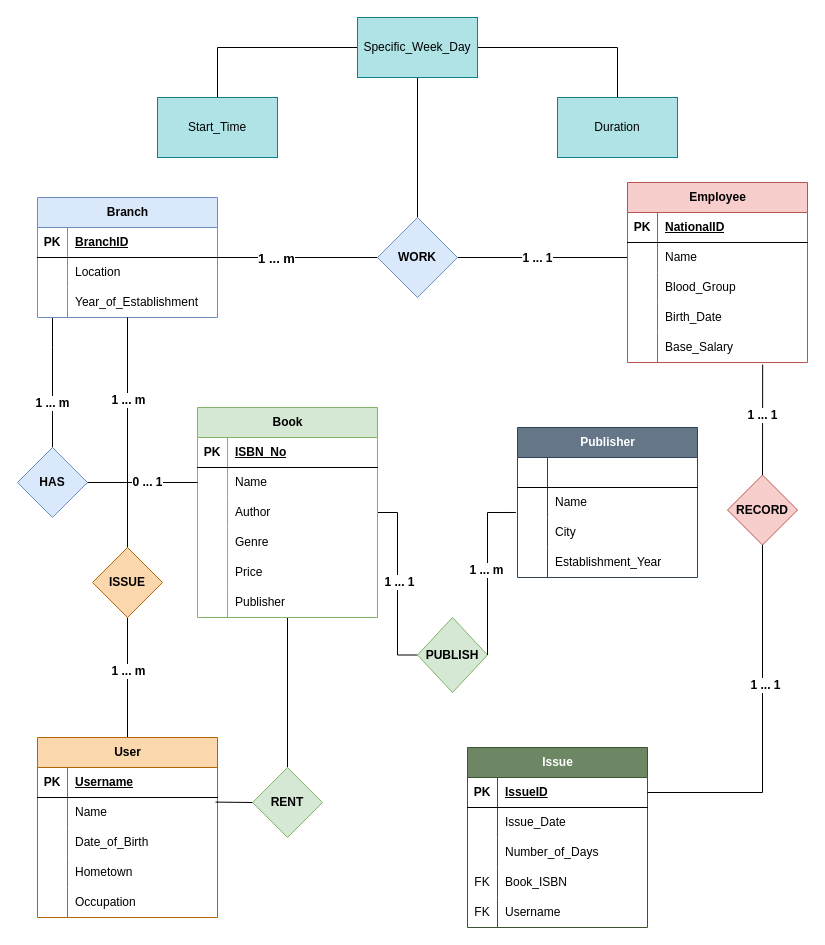
hasin023/DBMS1_CSE4307 keeps this draw.io diagram as Lab_07/210042174_DBMS_Lab07.drawio. Above is the earlier version. Source tidied: cells renumbered, new cells numbered last; positions are measured from the earlier drawing's top-left corner, leaving out a move shared by most shapes. Both pictures are drawn from the tidied source at 100%, with x=0, y=0 at pixel (17, 17).
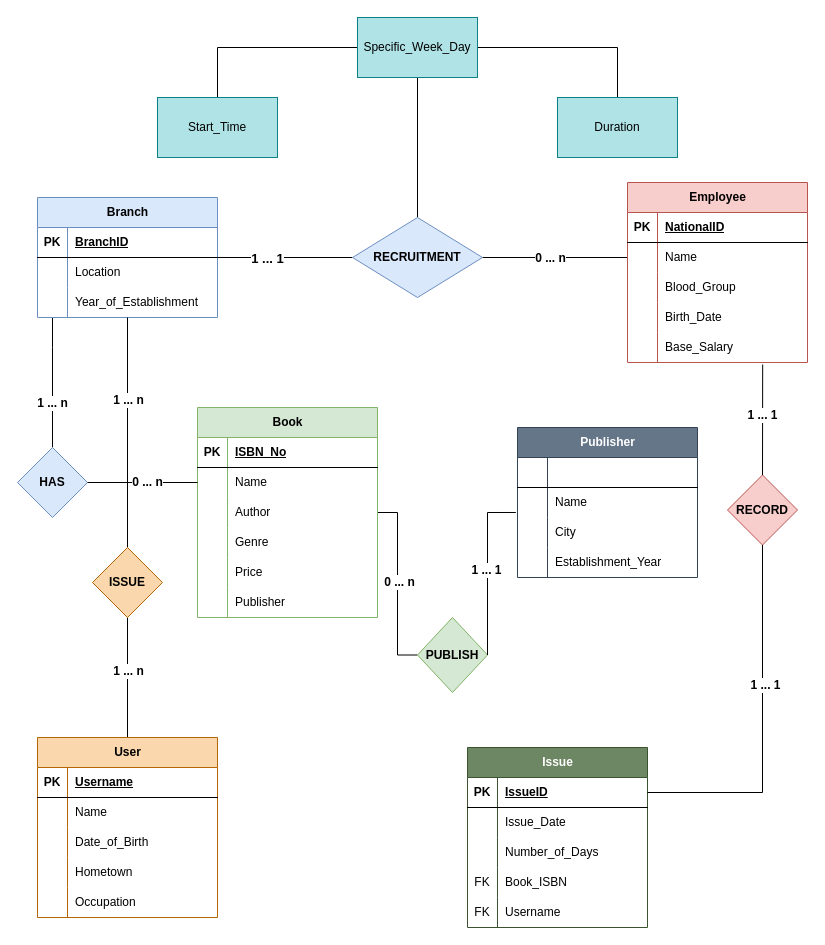
After the change.

The change refers to these unchanged cells:
```xml
<mxCell id="2" style="edgeStyle=orthogonalEdgeStyle;rounded=0;jettySize=auto;html=1;endArrow=none;endFill=0;" parent="1" edge="1" source="6" target="40">
  <mxGeometry relative="1" as="geometry" />
</mxCell>
<mxCell id="4" style="edgeStyle=orthogonalEdgeStyle;rounded=0;jettySize=auto;html=1;endArrow=none;endFill=0;" parent="1" edge="1" source="6" target="76">
  <mxGeometry relative="1" as="geometry">
    <Array as="points">
      <mxPoint x="35" y="330" />
      <mxPoint x="35" y="330" />
    </Array>
  </mxGeometry>
</mxCell>
<mxCell id="16" style="edgeStyle=orthogonalEdgeStyle;rounded=0;jettySize=auto;html=1;entryX=1;entryY=0.5;entryDx=0;entryDy=0;endArrow=none;endFill=0;exitX=0;exitY=0.5;exitDx=0;exitDy=0;" parent="1" edge="1" source="22" target="40">
  <mxGeometry relative="1" as="geometry" />
</mxCell>
<mxCell id="41" style="edgeStyle=orthogonalEdgeStyle;rounded=0;jettySize=auto;html=1;endArrow=none;endFill=0;" parent="1" edge="1" source="44" target="79">
  <mxGeometry relative="1" as="geometry" />
</mxCell>
<mxCell id="44" value="Book" style="shape=table;startSize=30;childLayout=tableLayout;rowLines=0;fontStyle=1;align=center;html=1;fillColor=#d5e8d4;strokeColor=#82b366;" parent="1" vertex="1">
  <mxGeometry x="180" y="390" width="180" height="210" as="geometry" />
</mxCell>
<mxCell id="77" style="endArrow=none;html=1;rounded=0;exitX=1;exitY=0.5;exitDx=0;exitDy=0;entryX=0;entryY=0.5;entryDx=0;entryDy=0;" parent="1" edge="1" source="76" target="48">
  <mxGeometry relative="1" as="geometry" />
</mxCell>
<mxCell id="80" style="endArrow=none;html=1;rounded=0;exitX=1;exitY=0.5;exitDx=0;exitDy=0;entryX=-0.009;entryY=-0.167;entryDx=0;entryDy=0;entryPerimeter=0;" parent="1" edge="1" source="79" target="70">
  <mxGeometry relative="1" as="geometry">
    <Array as="points">
      <mxPoint x="470" y="495" />
    </Array>
  </mxGeometry>
</mxCell>
<mxCell id="82" style="edgeStyle=orthogonalEdgeStyle;rounded=0;jettySize=auto;html=1;endArrow=none;endFill=0;" parent="1" edge="1" source="84" target="118">
  <mxGeometry relative="1" as="geometry" />
</mxCell>
<mxCell id="88" style="shape=tableRow;horizontal=0;startSize=0;swimlaneHead=0;swimlaneBody=0;fillColor=none;points=[[0,0.5],[1,0.5]];portConstraint=eastwest;top=0;left=0;right=0;bottom=0;" parent="84" vertex="1">
  <mxGeometry y="60" width="180" height="30" as="geometry" />
</mxCell>
<mxCell id="100" style="edgeStyle=orthogonalEdgeStyle;rounded=0;jettySize=auto;html=1;endArrow=none;endFill=0;exitX=0.5;exitY=0;exitDx=0;exitDy=0;" parent="1" edge="1" source="118">
  <mxGeometry relative="1" as="geometry">
    <mxPoint x="110" y="300" as="targetPoint" />
    <Array as="points">
      <mxPoint x="110" y="300" />
    </Array>
  </mxGeometry>
</mxCell>
```

Change to the diagram source:
```diff
@@
-    <mxCell id="3" value="&lt;b&gt;&lt;font style=&quot;font-size: 13px;&quot;&gt;1 ... m&lt;/font&gt;&lt;/b&gt;" style="edgeLabel;html=1;align=center;verticalAlign=middle;" parent="2" vertex="1">
+    <mxCell id="3" value="&lt;b&gt;&lt;font style=&quot;font-size: 13px;&quot;&gt;1 ... 1&lt;/font&gt;&lt;/b&gt;" style="edgeLabel;html=1;align=center;verticalAlign=middle;" parent="2" vertex="1">
       <mxGeometry x="-0.28" relative="1" as="geometry" />
     </mxCell>
@@
-    <mxCell id="5" value="&lt;b style=&quot;border-color: var(--border-color);&quot;&gt;&lt;font style=&quot;border-color: var(--border-color); font-size: 12px;&quot;&gt;1 ... m&lt;/font&gt;&lt;/b&gt;" style="edgeLabel;html=1;align=center;verticalAlign=middle;" parent="4" vertex="1">
+    <mxCell id="5" value="&lt;b style=&quot;border-color: var(--border-color);&quot;&gt;&lt;font style=&quot;border-color: var(--border-color); font-size: 12px;&quot;&gt;1 ... n&lt;br&gt;&lt;/font&gt;&lt;/b&gt;" style="edgeLabel;html=1;align=center;verticalAlign=middle;" parent="4" vertex="1">
       <mxGeometry x="0.31" y="-1" relative="1" as="geometry" />
     </mxCell>
@@
-    <mxCell id="17" value="&lt;b&gt;&lt;font style=&quot;font-size: 12px;&quot;&gt;1 ... 1&lt;/font&gt;&lt;/b&gt;" style="edgeLabel;html=1;align=center;verticalAlign=middle;" parent="16" vertex="1">
+    <mxCell id="17" value="&lt;b&gt;&lt;font style=&quot;font-size: 12px;&quot;&gt;0 ... n&lt;/font&gt;&lt;/b&gt;" style="edgeLabel;html=1;align=center;verticalAlign=middle;" parent="16" vertex="1">
       <mxGeometry x="0.07" relative="1" as="geometry" />
     </mxCell>
@@
-    <mxCell id="40" value="WORK" style="rhombus;whiteSpace=wrap;html=1;fillColor=#dae8fc;strokeColor=#6c8ebf;startSize=30;fontStyle=1;" parent="1" vertex="1">
-      <mxGeometry x="360" y="200" width="80" height="80" as="geometry" />
+    <mxCell id="40" value="RECRUITMENT" style="rhombus;whiteSpace=wrap;html=1;fillColor=#dae8fc;strokeColor=#6c8ebf;startSize=30;fontStyle=1;" parent="1" vertex="1">
+      <mxGeometry x="335" y="200" width="130" height="80" as="geometry" />
     </mxCell>
@@
-    <mxCell id="42" value="&lt;b style=&quot;border-color: var(--border-color);&quot;&gt;&lt;font style=&quot;border-color: var(--border-color); font-size: 12px;&quot;&gt;1 ... 1&lt;/font&gt;&lt;/b&gt;" style="edgeLabel;html=1;align=center;verticalAlign=middle;" parent="41" vertex="1">
+    <mxCell id="42" value="&lt;b style=&quot;border-color: var(--border-color);&quot;&gt;&lt;font style=&quot;border-color: var(--border-color); font-size: 12px;&quot;&gt;0 ... n&lt;/font&gt;&lt;/b&gt;" style="edgeLabel;html=1;align=center;verticalAlign=middle;" parent="41" vertex="1">
       <mxGeometry x="-0.02" y="1" relative="1" as="geometry" />
     </mxCell>
-    <mxCell id="43" style="edgeStyle=orthogonalEdgeStyle;rounded=0;jettySize=auto;html=1;endArrow=none;endFill=0;" parent="1" edge="1" source="44" target="119">
-      <mxGeometry relative="1" as="geometry" />
-    </mxCell>
@@
-    <mxCell id="78" value="&lt;b style=&quot;border-color: var(--border-color);&quot;&gt;&lt;font style=&quot;border-color: var(--border-color); font-size: 12px;&quot;&gt;0 ... 1&lt;/font&gt;&lt;/b&gt;" style="edgeLabel;html=1;align=center;verticalAlign=middle;" parent="77" vertex="1">
+    <mxCell id="78" value="&lt;b style=&quot;border-color: var(--border-color);&quot;&gt;&lt;font style=&quot;border-color: var(--border-color); font-size: 12px;&quot;&gt;0 ... n&lt;/font&gt;&lt;/b&gt;" style="edgeLabel;html=1;align=center;verticalAlign=middle;" parent="77" vertex="1">
       <mxGeometry x="0.07" y="1" relative="1" as="geometry" />
     </mxCell>
@@
-    <mxCell id="81" value="&lt;b style=&quot;border-color: var(--border-color);&quot;&gt;&lt;font style=&quot;border-color: var(--border-color); font-size: 12px;&quot;&gt;1 ... m&lt;/font&gt;&lt;/b&gt;" style="edgeLabel;html=1;align=center;verticalAlign=middle;" parent="80" vertex="1">
+    <mxCell id="81" value="&lt;b style=&quot;border-color: var(--border-color);&quot;&gt;&lt;font style=&quot;border-color: var(--border-color); font-size: 12px;&quot;&gt;1 ... 1&lt;br&gt;&lt;/font&gt;&lt;/b&gt;" style="edgeLabel;html=1;align=center;verticalAlign=middle;" parent="80" vertex="1">
       <mxGeometry x="-0.01" y="2" relative="1" as="geometry" />
     </mxCell>
@@
-    <mxCell id="83" value="&lt;b style=&quot;border-color: var(--border-color);&quot;&gt;&lt;font style=&quot;border-color: var(--border-color); font-size: 12px;&quot;&gt;1 ... m&lt;/font&gt;&lt;/b&gt;" style="edgeLabel;html=1;align=center;verticalAlign=middle;" parent="82" vertex="1">
+    <mxCell id="83" value="&lt;b style=&quot;border-color: var(--border-color);&quot;&gt;&lt;font style=&quot;border-color: var(--border-color); font-size: 12px;&quot;&gt;1 ... n&lt;/font&gt;&lt;/b&gt;" style="edgeLabel;html=1;align=center;verticalAlign=middle;" parent="82" vertex="1">
       <mxGeometry x="0.12" relative="1" as="geometry" />
     </mxCell>
@@
-    <mxCell id="101" value="&lt;b style=&quot;border-color: var(--border-color);&quot;&gt;&lt;font style=&quot;border-color: var(--border-color); font-size: 12px;&quot;&gt;1 ... m&lt;/font&gt;&lt;/b&gt;" style="edgeLabel;html=1;align=center;verticalAlign=middle;" parent="100" vertex="1">
+    <mxCell id="101" value="&lt;b style=&quot;border-color: var(--border-color);&quot;&gt;&lt;font style=&quot;border-color: var(--border-color); font-size: 12px;&quot;&gt;1 ... n&lt;/font&gt;&lt;/b&gt;" style="edgeLabel;html=1;align=center;verticalAlign=middle;" parent="100" vertex="1">
       <mxGeometry x="0.29" relative="1" as="geometry" />
     </mxCell>
@@
-    <mxCell id="119" value="RENT" style="rhombus;whiteSpace=wrap;html=1;fillColor=#d5e8d4;strokeColor=#82b366;startSize=30;fontStyle=1;" parent="1" vertex="1">
-      <mxGeometry x="235" y="750" width="70" height="70" as="geometry" />
-    </mxCell>
-    <mxCell id="120" style="endArrow=none;html=1;rounded=0;exitX=0;exitY=0.5;exitDx=0;exitDy=0;entryX=0.989;entryY=0.153;entryDx=0;entryDy=0;entryPerimeter=0;" parent="1" edge="1" source="119" target="88">
-      <mxGeometry relative="1" as="geometry" />
-    </mxCell>
```
